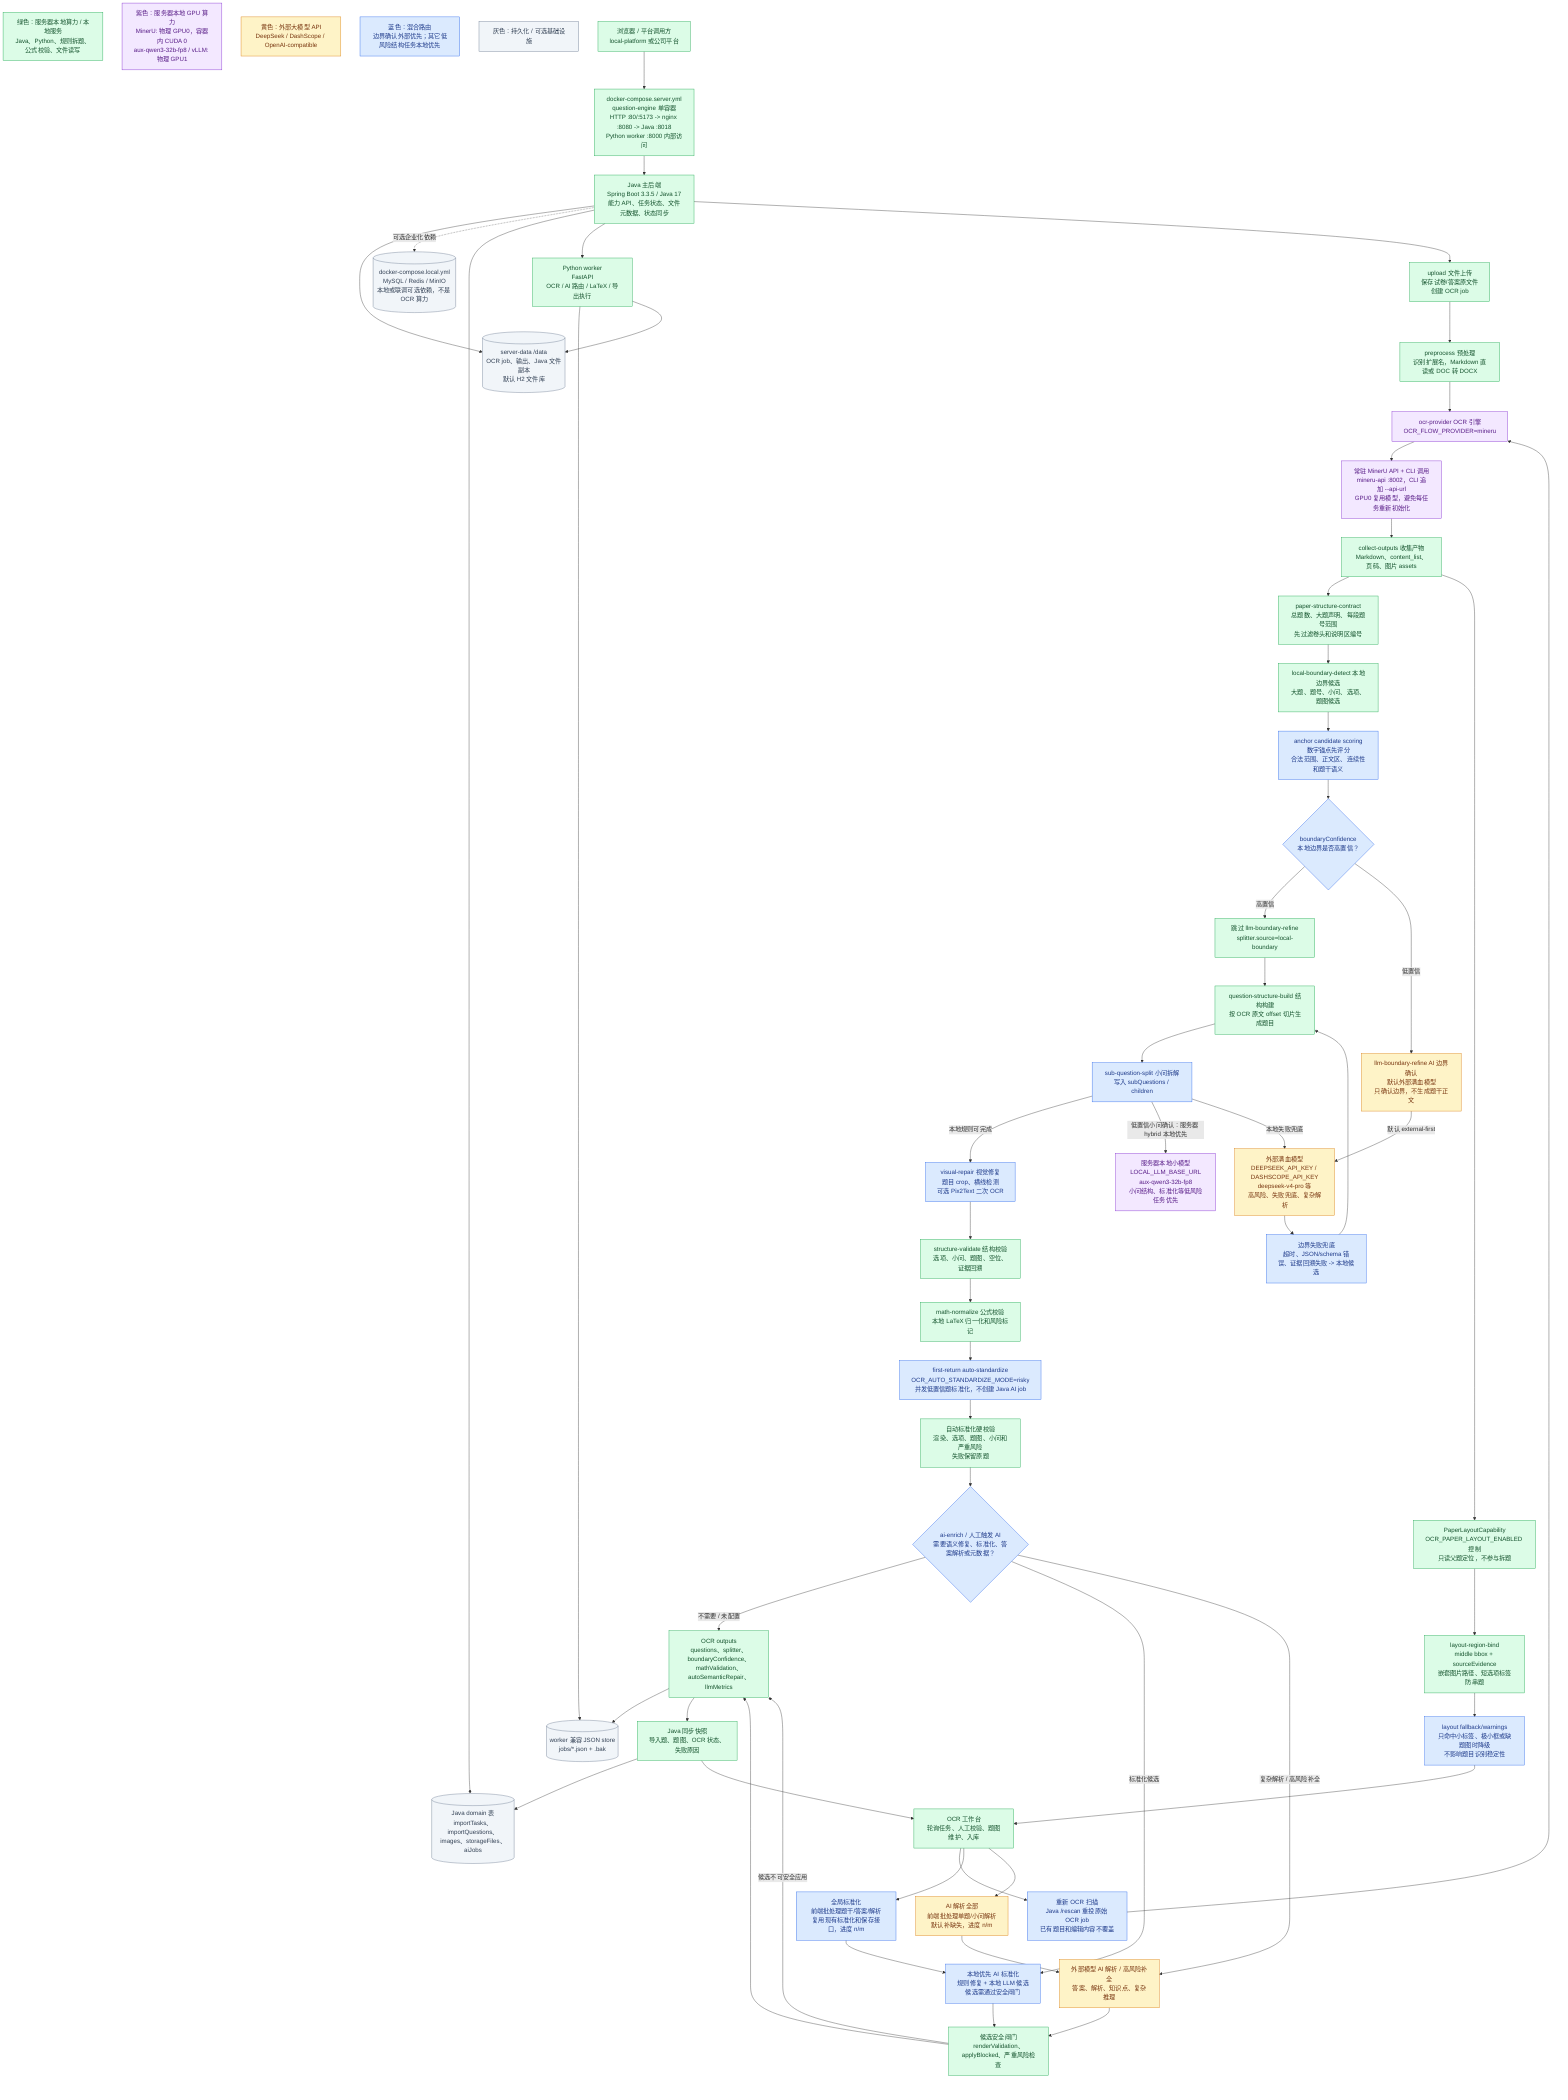
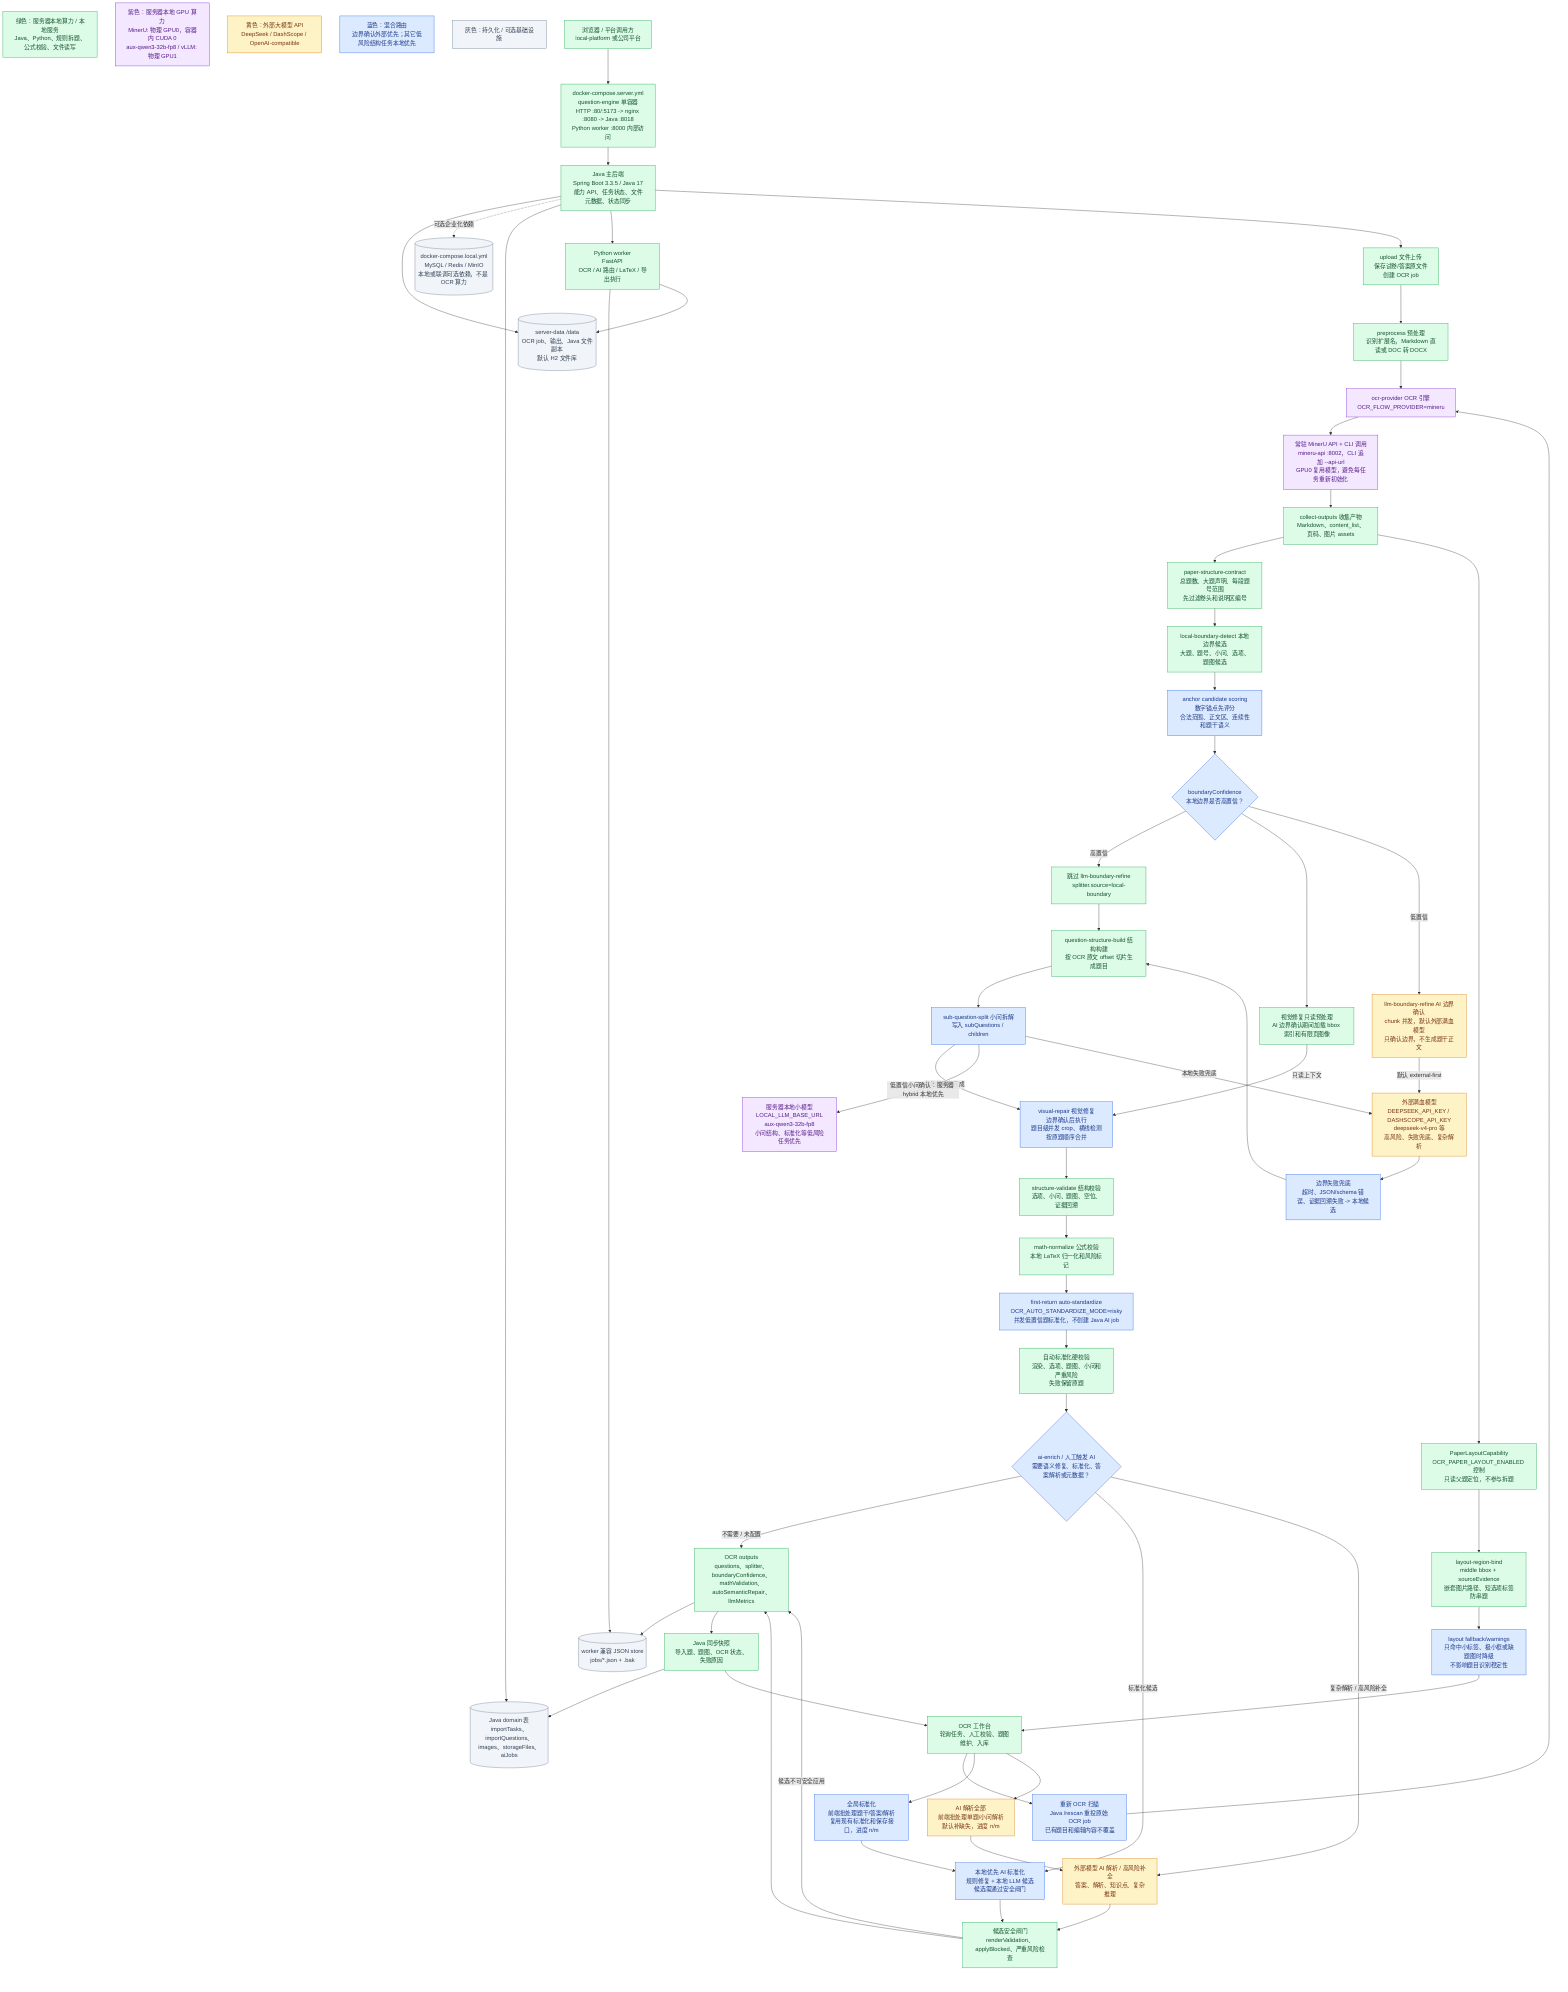
%% Version: 2026-07-10 / server deployment v16
%% Status: current-support
%% Scope: server deployment OCR/AI compute boundary, GPU assignment, MinerU API, first-return auto standardization, layout overlay isolation, global standardization, and public demo runtime.
flowchart TD
  LegendLocal["绿色：服务器本地算力 / 本地服务<br/>Java、Python、规则拆题、公式校验、文件读写"]:::local
  LegendGpu["紫色：服务器本地 GPU 算力<br/>MinerU: 物理 GPU0，容器内 CUDA 0<br/>aux-qwen3-32b-fp8 / vLLM: 物理 GPU1"]:::gpu
  LegendExternal["黄色：外部大模型 API<br/>DeepSeek / DashScope / OpenAI-compatible"]:::external
  LegendHybrid["蓝色：混合路由<br/>边界确认外部优先；其它低风险结构任务本地优先"]:::hybrid
  LegendStore["灰色：持久化 / 可选基础设施"]:::store

  Client["浏览器 / 平台调用方<br/>local-platform 或公司平台"]:::local
  ServerCompose["docker-compose.server.yml<br/>question-engine 单容器<br/>HTTP :80/:5173 -> nginx :8080 -> Java :8018<br/>Python worker :8000 内部访问"]:::local
  Java["Java 主后端<br/>Spring Boot 3.3.5 / Java 17<br/>能力 API、任务状态、文件元数据、状态同步"]:::local
  Worker["Python worker<br/>FastAPI<br/>OCR / AI 路由 / LaTeX / 导出执行"]:::local

  ServerData[("server-data /data<br/>OCR job、输出、Java 文件副本<br/>默认 H2 文件库")]:::store
  OptionalDeps[("docker-compose.local.yml<br/>MySQL / Redis / MinIO<br/>本地或联调可选依赖，不是 OCR 算力")]:::store
  JavaTables[("Java domain 表<br/>importTasks、importQuestions、images、storageFiles、aiJobs")]:::store
  WorkerStore[("worker 兼容 JSON store<br/>jobs/*.json + .bak")]:::store

  Upload["upload 文件上传<br/>保存试卷/答案原文件<br/>创建 OCR job"]:::local
  Preprocess["preprocess 预处理<br/>识别扩展名，Markdown 直读或 DOC 转 DOCX"]:::local
  OcrProvider["ocr-provider OCR 引擎<br/>OCR_FLOW_PROVIDER=mineru"]:::gpu
  MinerU["常驻 MinerU API + CLI 调用<br/>mineru-api :8002，CLI 追加 --api-url<br/>GPU0 复用模型，避免每任务重新初始化"]:::gpu
  Collect["collect-outputs 收集产物<br/>Markdown、content_list、页码、图片 assets"]:::local
  StructureContract["paper-structure-contract<br/>总题数、大题声明、每段题号范围<br/>先过滤卷头和说明区编号"]:::local
  LocalBoundary["local-boundary-detect 本地边界候选<br/>大题、题号、小问、选项、题图候选"]:::local
  AnchorScore["anchor candidate scoring<br/>数字锚点先评分<br/>合法范围、正文区、连续性和题干语义"]:::hybrid
  Confidence{"boundaryConfidence<br/>本地边界是否高置信？"}:::hybrid
  SkipBoundaryLlm["跳过 llm-boundary-refine<br/>splitter.source=local-boundary"]:::local

-   BoundaryRoute["llm-boundary-refine AI 边界确认<br/>默认外部满血模型<br/>只确认边界，不生成题干正文"]:::external
+   VisualRepairPreload["视觉修复只读预处理<br/>AI 边界确认期间加载 bbox 索引和有限页图像"]:::local
+   BoundaryRoute["llm-boundary-refine AI 边界确认<br/>chunk 并发，默认外部满血模型<br/>只确认边界，不生成题干正文"]:::external
  LocalLLM["服务器本地小模型<br/>LOCAL_LLM_BASE_URL<br/>aux-qwen3-32b-fp8<br/>小问结构、标准化等低风险任务优先"]:::gpu
  ExternalLLM["外部满血模型<br/>DEEPSEEK_API_KEY / DASHSCOPE_API_KEY<br/>deepseek-v4-pro 等<br/>高风险、失败兜底、复杂解析"]:::external
  BoundaryFallback["边界失败兜底<br/>超时、JSON/schema 错误、证据回溯失败 -> 本地候选"]:::hybrid

  BuildStructure["question-structure-build 结构构建<br/>按 OCR 原文 offset 切片生成题目"]:::local
  SubQuestion["sub-question-split 小问拆解<br/>写入 subQuestions / children"]:::hybrid
-   VisualRepair["visual-repair 视觉修复<br/>题目 crop、横线检测<br/>可选 Pix2Text 二次 OCR"]:::hybrid
+   VisualRepair["visual-repair 视觉修复<br/>边界确认后执行<br/>题目级并发 crop、横线检测<br/>按原题顺序合并"]:::hybrid
  StructureValidate["structure-validate 结构校验<br/>选项、小问、题图、空位、证据回溯"]:::local
  MathNormalize["math-normalize 公式校验<br/>本地 LaTeX 归一化和风险标记"]:::local
  AutoStandardize["first-return auto-standardize<br/>OCR_AUTO_STANDARDIZE_MODE=risky<br/>并发低置信题标准化，不创建 Java AI job"]:::hybrid
  AutoStandardizeGate["自动标准化硬校验<br/>渲染、选项、题图、小问和严重风险<br/>失败保留原题"]:::local

  AiEnrichDecision{"ai-enrich / 人工触发 AI<br/>需要语义修复、标准化、答案解析或元数据？"}:::hybrid
  LocalStandardize["本地优先 AI 标准化<br/>规则修复 + 本地 LLM 候选<br/>候选需通过安全闸门"]:::hybrid
  ExternalAnalysis["外部模型 AI 解析 / 高风险补全<br/>答案、解析、知识点、复杂推理"]:::external
  AiGate["候选安全闸门<br/>renderValidation、applyBlocked、严重风险检查"]:::local

  Outputs["OCR outputs<br/>questions、splitter、boundaryConfidence、mathValidation、autoSemanticRepair、llmMetrics"]:::local
  JavaSync["Java 同步快照<br/>导入题、题图、OCR 状态、失败原因"]:::local
  PaperLayout["PaperLayoutCapability<br/>OCR_PAPER_LAYOUT_ENABLED 控制<br/>只读父题定位，不参与拆题"]:::local
  LayoutBind["layout-region-bind<br/>middle bbox + sourceEvidence<br/>嵌套图片路径、短选项标签防串题"]:::local
  LayoutFallback["layout fallback/warnings<br/>只命中小标签、极小框或缺题图时降级<br/>不影响题目识别稳定性"]:::hybrid
  Workbench["OCR 工作台<br/>轮询任务、人工校验、题图维护、入库"]:::local
  Rescan["重新 OCR 扫描<br/>Java /rescan 重投原始 OCR job<br/>已有题目和编辑内容不覆盖"]:::hybrid
  BatchStandardize["全局标准化<br/>前端批处理题干/答案/解析<br/>复用现有标准化和保存接口，进度 n/m"]:::hybrid
  BatchAnalysis["AI 解析全部<br/>前端批处理单题/小问解析<br/>默认补缺失，进度 n/m"]:::external

  Client --> ServerCompose --> Java
  Java --> ServerData
  Java -. 可选企业化依赖 .-> OptionalDeps
  Java --> JavaTables
  Java --> Worker
  Worker --> WorkerStore
  Worker --> ServerData

  Java --> Upload --> Preprocess --> OcrProvider --> MinerU --> Collect
  Collect --> StructureContract --> LocalBoundary --> AnchorScore --> Confidence
  Confidence -- 高置信 --> SkipBoundaryLlm --> BuildStructure
+   Confidence --> VisualRepairPreload
  Confidence -- 低置信 --> BoundaryRoute
  BoundaryRoute -- "默认 external-first" --> ExternalLLM --> BoundaryFallback
  BoundaryFallback --> BuildStructure

  BuildStructure --> SubQuestion
  SubQuestion -- "本地规则可完成" --> VisualRepair
+   VisualRepairPreload -- "只读上下文" --> VisualRepair
  SubQuestion -- "低置信小问确认：服务器 hybrid 本地优先" --> LocalLLM
  SubQuestion -- "本地失败兜底" --> ExternalLLM
  VisualRepair --> StructureValidate --> MathNormalize --> AutoStandardize --> AutoStandardizeGate --> AiEnrichDecision

  AiEnrichDecision -- "不需要 / 未配置" --> Outputs
  AiEnrichDecision -- "标准化候选" --> LocalStandardize --> AiGate --> Outputs
  AiEnrichDecision -- "复杂解析 / 高风险补全" --> ExternalAnalysis --> AiGate
  AiGate -- "候选不可安全应用" --> Outputs
  Outputs --> WorkerStore
  Outputs --> JavaSync --> JavaTables
  Collect --> PaperLayout --> LayoutBind --> LayoutFallback --> Workbench
  JavaSync --> Workbench
  Workbench --> Rescan --> OcrProvider
  Workbench --> BatchStandardize --> LocalStandardize
  Workbench --> BatchAnalysis --> ExternalAnalysis

  classDef local fill:#dcfce7,stroke:#16a34a,color:#14532d,stroke-width:1px;
  classDef gpu fill:#f3e8ff,stroke:#7e22ce,color:#581c87,stroke-width:1px;
  classDef external fill:#fef3c7,stroke:#d97706,color:#78350f,stroke-width:1px;
  classDef hybrid fill:#dbeafe,stroke:#2563eb,color:#1e3a8a,stroke-width:1px;
  classDef store fill:#f1f5f9,stroke:#64748b,color:#334155,stroke-width:1px;
